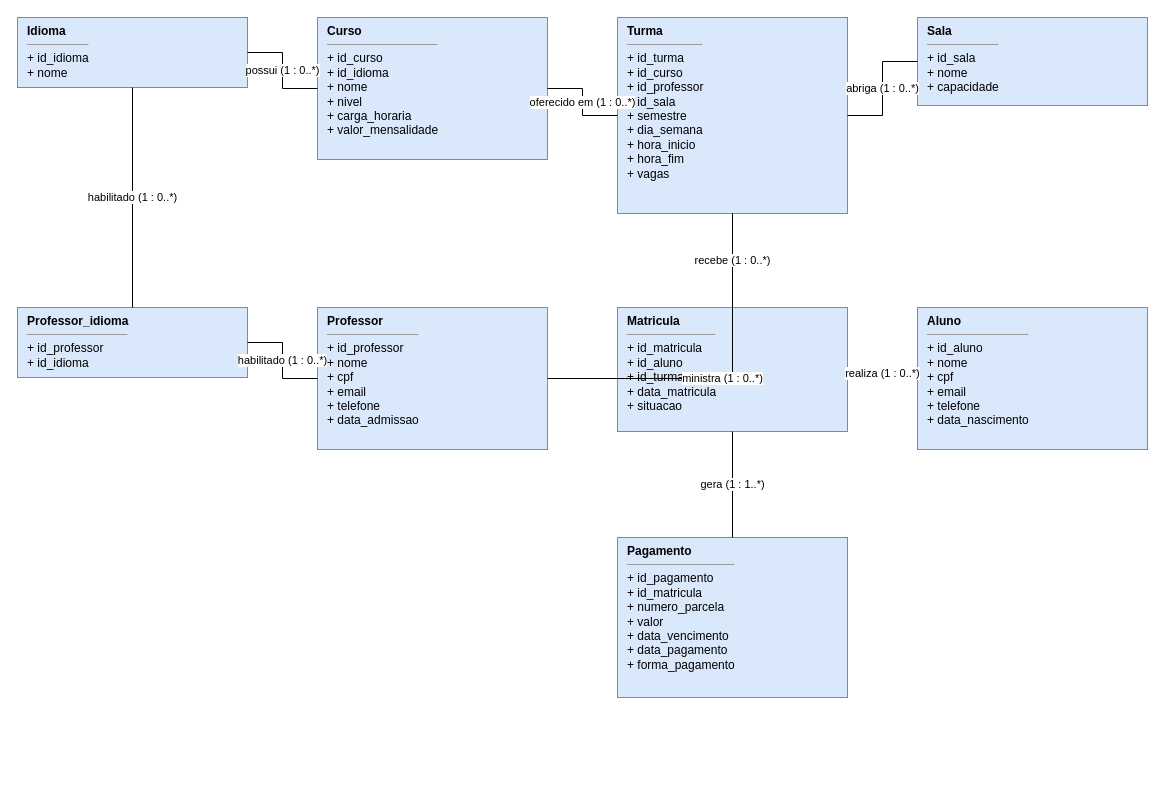
Before: page "DER UML" (2 of 2) of diagramas/escola-idiomas.drawio in ArthurVenturaza/A3-banco-de-dados, a draw.io diagram. Source tidied: cells renumbered, new cells numbered last; positions are measured from the earlier drawing's top-left corner, leaving out a move shared by most shapes. Both pictures are drawn from the tidied source at 100%, with x=0, y=0 at pixel (17, 17).
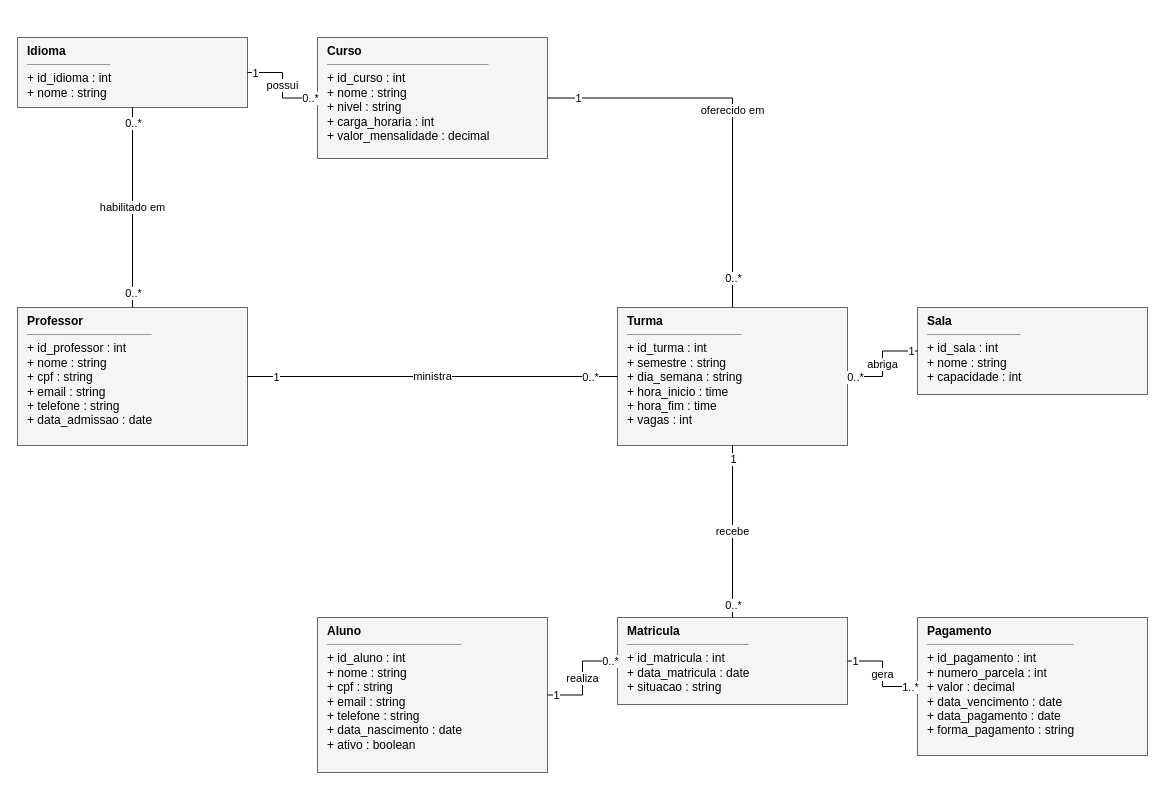
The same diagram, later.

Diff of the diagram source:
```diff
@@
-    <mxCell id="2" value="&lt;b&gt;Idioma&lt;/b&gt;&lt;hr size='1'/&gt;+ id_idioma&lt;br/&gt;+ nome" style="rounded=0;whiteSpace=wrap;html=1;align=left;verticalAlign=top;spacingLeft=8;fillColor=#dae8fc;strokeColor=#6c8ebf;fontSize=12;" parent="1" vertex="1">
-      <mxGeometry width="230" height="70" as="geometry" />
+    <mxCell id="2" value="&lt;b&gt;Idioma&lt;/b&gt;&lt;hr size='1'/&gt;+ id_idioma : int&lt;br/&gt;+ nome : string" style="rounded=0;whiteSpace=wrap;html=1;align=left;verticalAlign=top;spacingLeft=8;fillColor=#f5f5f5;strokeColor=#666666;fontSize=12;" parent="1" vertex="1">
+      <mxGeometry y="20" width="230" height="70" as="geometry" />
     </mxCell>
-    <mxCell id="3" value="&lt;b&gt;Curso&lt;/b&gt;&lt;hr size='1'/&gt;+ id_curso&lt;br/&gt;+ id_idioma&lt;br/&gt;+ nome&lt;br/&gt;+ nivel&lt;br/&gt;+ carga_horaria&lt;br/&gt;+ valor_mensalidade" style="rounded=0;whiteSpace=wrap;html=1;align=left;verticalAlign=top;spacingLeft=8;fillColor=#dae8fc;strokeColor=#6c8ebf;fontSize=12;" parent="1" vertex="1">
-      <mxGeometry x="300" width="230" height="142" as="geometry" />
+    <mxCell id="3" value="&lt;b&gt;Curso&lt;/b&gt;&lt;hr size='1'/&gt;+ id_curso : int&lt;br/&gt;+ nome : string&lt;br/&gt;+ nivel : string&lt;br/&gt;+ carga_horaria : int&lt;br/&gt;+ valor_mensalidade : decimal" style="rounded=0;whiteSpace=wrap;html=1;align=left;verticalAlign=top;spacingLeft=8;fillColor=#f5f5f5;strokeColor=#666666;fontSize=12;" parent="1" vertex="1">
+      <mxGeometry x="300" y="20" width="230" height="121" as="geometry" />
     </mxCell>
+    <mxCell id="7" value="&lt;b&gt;Professor&lt;/b&gt;&lt;hr size='1'/&gt;+ id_professor : int&lt;br/&gt;+ nome : string&lt;br/&gt;+ cpf : string&lt;br/&gt;+ email : string&lt;br/&gt;+ telefone : string&lt;br/&gt;+ data_admissao : date" style="rounded=0;whiteSpace=wrap;html=1;align=left;verticalAlign=top;spacingLeft=8;fillColor=#f5f5f5;strokeColor=#666666;fontSize=12;" parent="1" vertex="1">
+      <mxGeometry y="290" width="230" height="138" as="geometry" />
+    </mxCell>
+    <mxCell id="5" value="&lt;b&gt;Sala&lt;/b&gt;&lt;hr size='1'/&gt;+ id_sala : int&lt;br/&gt;+ nome : string&lt;br/&gt;+ capacidade : int" style="rounded=0;whiteSpace=wrap;html=1;align=left;verticalAlign=top;spacingLeft=8;fillColor=#f5f5f5;strokeColor=#666666;fontSize=12;" parent="1" vertex="1">
+      <mxGeometry x="900" y="290" width="230" height="87" as="geometry" />
+    </mxCell>
-    <mxCell id="4" value="&lt;b&gt;Turma&lt;/b&gt;&lt;hr size='1'/&gt;+ id_turma&lt;br/&gt;+ id_curso&lt;br/&gt;+ id_professor&lt;br/&gt;+ id_sala&lt;br/&gt;+ semestre&lt;br/&gt;+ dia_semana&lt;br/&gt;+ hora_inicio&lt;br/&gt;+ hora_fim&lt;br/&gt;+ vagas" style="rounded=0;whiteSpace=wrap;html=1;align=left;verticalAlign=top;spacingLeft=8;fillColor=#dae8fc;strokeColor=#6c8ebf;fontSize=12;" parent="1" vertex="1">
-      <mxGeometry x="600" width="230" height="196" as="geometry" />
+    <mxCell id="4" value="&lt;b&gt;Turma&lt;/b&gt;&lt;hr size='1'/&gt;+ id_turma : int&lt;br/&gt;+ semestre : string&lt;br/&gt;+ dia_semana : string&lt;br/&gt;+ hora_inicio : time&lt;br/&gt;+ hora_fim : time&lt;br/&gt;+ vagas : int" style="rounded=0;whiteSpace=wrap;html=1;align=left;verticalAlign=top;spacingLeft=8;fillColor=#f5f5f5;strokeColor=#666666;fontSize=12;" parent="1" vertex="1">
+      <mxGeometry x="600" y="290" width="230" height="138" as="geometry" />
     </mxCell>
-    <mxCell id="5" value="&lt;b&gt;Sala&lt;/b&gt;&lt;hr size='1'/&gt;+ id_sala&lt;br/&gt;+ nome&lt;br/&gt;+ capacidade" style="rounded=0;whiteSpace=wrap;html=1;align=left;verticalAlign=top;spacingLeft=8;fillColor=#dae8fc;strokeColor=#6c8ebf;fontSize=12;" parent="1" vertex="1">
-      <mxGeometry x="900" width="230" height="88" as="geometry" />
-    </mxCell>
-    <mxCell id="6" value="&lt;b&gt;Professor_idioma&lt;/b&gt;&lt;hr size='1'/&gt;+ id_professor&lt;br/&gt;+ id_idioma" style="rounded=0;whiteSpace=wrap;html=1;align=left;verticalAlign=top;spacingLeft=8;fillColor=#dae8fc;strokeColor=#6c8ebf;fontSize=12;" parent="1" vertex="1">
-      <mxGeometry y="290" width="230" height="70" as="geometry" />
-    </mxCell>
-    <mxCell id="7" value="&lt;b&gt;Professor&lt;/b&gt;&lt;hr size='1'/&gt;+ id_professor&lt;br/&gt;+ nome&lt;br/&gt;+ cpf&lt;br/&gt;+ email&lt;br/&gt;+ telefone&lt;br/&gt;+ data_admissao" style="rounded=0;whiteSpace=wrap;html=1;align=left;verticalAlign=top;spacingLeft=8;fillColor=#dae8fc;strokeColor=#6c8ebf;fontSize=12;" parent="1" vertex="1">
-      <mxGeometry x="300" y="290" width="230" height="142" as="geometry" />
-    </mxCell>
+    <mxCell id="9" value="&lt;b&gt;Aluno&lt;/b&gt;&lt;hr size='1'/&gt;+ id_aluno : int&lt;br/&gt;+ nome : string&lt;br/&gt;+ cpf : string&lt;br/&gt;+ email : string&lt;br/&gt;+ telefone : string&lt;br/&gt;+ data_nascimento : date&lt;br/&gt;+ ativo : boolean" style="rounded=0;whiteSpace=wrap;html=1;align=left;verticalAlign=top;spacingLeft=8;fillColor=#f5f5f5;strokeColor=#666666;fontSize=12;" parent="1" vertex="1">
+      <mxGeometry x="300" y="600" width="230" height="155" as="geometry" />
+    </mxCell>
-    <mxCell id="8" value="&lt;b&gt;Matricula&lt;/b&gt;&lt;hr size='1'/&gt;+ id_matricula&lt;br/&gt;+ id_aluno&lt;br/&gt;+ id_turma&lt;br/&gt;+ data_matricula&lt;br/&gt;+ situacao" style="rounded=0;whiteSpace=wrap;html=1;align=left;verticalAlign=top;spacingLeft=8;fillColor=#dae8fc;strokeColor=#6c8ebf;fontSize=12;" parent="1" vertex="1">
-      <mxGeometry x="600" y="290" width="230" height="124" as="geometry" />
+    <mxCell id="8" value="&lt;b&gt;Matricula&lt;/b&gt;&lt;hr size='1'/&gt;+ id_matricula : int&lt;br/&gt;+ data_matricula : date&lt;br/&gt;+ situacao : string" style="rounded=0;whiteSpace=wrap;html=1;align=left;verticalAlign=top;spacingLeft=8;fillColor=#f5f5f5;strokeColor=#666666;fontSize=12;" parent="1" vertex="1">
+      <mxGeometry x="600" y="600" width="230" height="87" as="geometry" />
     </mxCell>
-    <mxCell id="9" value="&lt;b&gt;Aluno&lt;/b&gt;&lt;hr size='1'/&gt;+ id_aluno&lt;br/&gt;+ nome&lt;br/&gt;+ cpf&lt;br/&gt;+ email&lt;br/&gt;+ telefone&lt;br/&gt;+ data_nascimento" style="rounded=0;whiteSpace=wrap;html=1;align=left;verticalAlign=top;spacingLeft=8;fillColor=#dae8fc;strokeColor=#6c8ebf;fontSize=12;" parent="1" vertex="1">
-      <mxGeometry x="900" y="290" width="230" height="142" as="geometry" />
-    </mxCell>
-    <mxCell id="10" value="&lt;b&gt;Pagamento&lt;/b&gt;&lt;hr size='1'/&gt;+ id_pagamento&lt;br/&gt;+ id_matricula&lt;br/&gt;+ numero_parcela&lt;br/&gt;+ valor&lt;br/&gt;+ data_vencimento&lt;br/&gt;+ data_pagamento&lt;br/&gt;+ forma_pagamento" style="rounded=0;whiteSpace=wrap;html=1;align=left;verticalAlign=top;spacingLeft=8;fillColor=#dae8fc;strokeColor=#6c8ebf;fontSize=12;" parent="1" vertex="1">
-      <mxGeometry x="600" y="520" width="230" height="160" as="geometry" />
+    <mxCell id="10" value="&lt;b&gt;Pagamento&lt;/b&gt;&lt;hr size='1'/&gt;+ id_pagamento : int&lt;br/&gt;+ numero_parcela : int&lt;br/&gt;+ valor : decimal&lt;br/&gt;+ data_vencimento : date&lt;br/&gt;+ data_pagamento : date&lt;br/&gt;+ forma_pagamento : string" style="rounded=0;whiteSpace=wrap;html=1;align=left;verticalAlign=top;spacingLeft=8;fillColor=#f5f5f5;strokeColor=#666666;fontSize=12;" parent="1" vertex="1">
+      <mxGeometry x="900" y="600" width="230" height="138" as="geometry" />
     </mxCell>
-    <mxCell id="11" value="possui (1 : 0..*)" style="edgeStyle=orthogonalEdgeStyle;rounded=0;html=1;endArrow=none;startArrow=none;" parent="1" edge="1" source="2" target="3">
+    <mxCell id="11" value="possui" style="edgeStyle=orthogonalEdgeStyle;rounded=0;html=1;fontSize=11;endArrow=none;startArrow=none;" parent="1" edge="1" source="2" target="3">
       <mxGeometry relative="1" as="geometry" />
     </mxCell>
+    <mxCell id="20" value="1" style="edgeLabel;html=1;align=center;verticalAlign=middle;fontSize=11;" parent="11" vertex="1">
+      <mxGeometry x="-0.85" relative="1" as="geometry" />
+    </mxCell>
+    <mxCell id="21" value="0..*" style="edgeLabel;html=1;align=center;verticalAlign=middle;fontSize=11;" parent="11" vertex="1">
+      <mxGeometry x="0.85" relative="1" as="geometry" />
+    </mxCell>
-    <mxCell id="12" value="oferecido em (1 : 0..*)" style="edgeStyle=orthogonalEdgeStyle;rounded=0;html=1;endArrow=none;startArrow=none;" parent="1" edge="1" source="3" target="4">
+    <mxCell id="12" value="oferecido em" style="edgeStyle=orthogonalEdgeStyle;rounded=0;html=1;fontSize=11;endArrow=none;startArrow=none;" parent="1" edge="1" source="3" target="4">
       <mxGeometry relative="1" as="geometry" />
     </mxCell>
+    <mxCell id="22" value="1" style="edgeLabel;html=1;align=center;verticalAlign=middle;fontSize=11;" parent="12" vertex="1">
+      <mxGeometry x="-0.85" relative="1" as="geometry" />
+    </mxCell>
+    <mxCell id="23" value="0..*" style="edgeLabel;html=1;align=center;verticalAlign=middle;fontSize=11;" parent="12" vertex="1">
+      <mxGeometry x="0.85" relative="1" as="geometry" />
+    </mxCell>
+    <mxCell id="14" value="ministra" style="edgeStyle=orthogonalEdgeStyle;rounded=0;html=1;fontSize=11;endArrow=none;startArrow=none;" parent="1" edge="1" source="7" target="4">
+      <mxGeometry relative="1" as="geometry" />
+    </mxCell>
+    <mxCell id="24" value="1" style="edgeLabel;html=1;align=center;verticalAlign=middle;fontSize=11;" parent="14" vertex="1">
+      <mxGeometry x="-0.85" relative="1" as="geometry" />
+    </mxCell>
+    <mxCell id="25" value="0..*" style="edgeLabel;html=1;align=center;verticalAlign=middle;fontSize=11;" parent="14" vertex="1">
+      <mxGeometry x="0.85" relative="1" as="geometry" />
+    </mxCell>
-    <mxCell id="13" value="abriga (1 : 0..*)" style="edgeStyle=orthogonalEdgeStyle;rounded=0;html=1;endArrow=none;startArrow=none;" parent="1" edge="1" source="5" target="4">
+    <mxCell id="13" value="abriga" style="edgeStyle=orthogonalEdgeStyle;rounded=0;html=1;fontSize=11;endArrow=none;startArrow=none;" parent="1" edge="1" source="5" target="4">
       <mxGeometry relative="1" as="geometry" />
     </mxCell>
-    <mxCell id="14" value="ministra (1 : 0..*)" style="edgeStyle=orthogonalEdgeStyle;rounded=0;html=1;endArrow=none;startArrow=none;" parent="1" edge="1" source="7" target="4">
-      <mxGeometry relative="1" as="geometry" />
-    </mxCell>
-    <mxCell id="15" value="habilitado (1 : 0..*)" style="edgeStyle=orthogonalEdgeStyle;rounded=0;html=1;endArrow=none;startArrow=none;" parent="1" edge="1" source="7" target="6">
-      <mxGeometry relative="1" as="geometry" />
-    </mxCell>
-    <mxCell id="16" value="habilitado (1 : 0..*)" style="edgeStyle=orthogonalEdgeStyle;rounded=0;html=1;endArrow=none;startArrow=none;" parent="1" edge="1" source="2" target="6">
-      <mxGeometry relative="1" as="geometry" />
-    </mxCell>
+    <mxCell id="26" value="1" style="edgeLabel;html=1;align=center;verticalAlign=middle;fontSize=11;" parent="13" vertex="1">
+      <mxGeometry x="-0.85" relative="1" as="geometry" />
+    </mxCell>
+    <mxCell id="27" value="0..*" style="edgeLabel;html=1;align=center;verticalAlign=middle;fontSize=11;" parent="13" vertex="1">
+      <mxGeometry x="0.85" relative="1" as="geometry" />
+    </mxCell>
+    <mxCell id="28" value="habilitado em" style="edgeStyle=orthogonalEdgeStyle;rounded=0;html=1;fontSize=11;endArrow=none;startArrow=none;" parent="1" edge="1" source="7" target="2">
+      <mxGeometry relative="1" as="geometry" />
+    </mxCell>
+    <mxCell id="29" value="0..*" style="edgeLabel;html=1;align=center;verticalAlign=middle;fontSize=11;" parent="28" vertex="1">
+      <mxGeometry x="-0.85" relative="1" as="geometry" />
+    </mxCell>
+    <mxCell id="30" value="0..*" style="edgeLabel;html=1;align=center;verticalAlign=middle;fontSize=11;" parent="28" vertex="1">
+      <mxGeometry x="0.85" relative="1" as="geometry" />
+    </mxCell>
+    <mxCell id="18" value="realiza" style="edgeStyle=orthogonalEdgeStyle;rounded=0;html=1;fontSize=11;endArrow=none;startArrow=none;" parent="1" edge="1" source="9" target="8">
+      <mxGeometry relative="1" as="geometry" />
+    </mxCell>
+    <mxCell id="31" value="1" style="edgeLabel;html=1;align=center;verticalAlign=middle;fontSize=11;" parent="18" vertex="1">
+      <mxGeometry x="-0.85" relative="1" as="geometry" />
+    </mxCell>
+    <mxCell id="32" value="0..*" style="edgeLabel;html=1;align=center;verticalAlign=middle;fontSize=11;" parent="18" vertex="1">
+      <mxGeometry x="0.85" relative="1" as="geometry" />
+    </mxCell>
-    <mxCell id="17" value="recebe (1 : 0..*)" style="edgeStyle=orthogonalEdgeStyle;rounded=0;html=1;endArrow=none;startArrow=none;" parent="1" edge="1" source="4" target="8">
+    <mxCell id="17" value="recebe" style="edgeStyle=orthogonalEdgeStyle;rounded=0;html=1;fontSize=11;endArrow=none;startArrow=none;" parent="1" edge="1" source="4" target="8">
       <mxGeometry relative="1" as="geometry" />
     </mxCell>
-    <mxCell id="18" value="realiza (1 : 0..*)" style="edgeStyle=orthogonalEdgeStyle;rounded=0;html=1;endArrow=none;startArrow=none;" parent="1" edge="1" source="9" target="8">
-      <mxGeometry relative="1" as="geometry" />
-    </mxCell>
+    <mxCell id="33" value="1" style="edgeLabel;html=1;align=center;verticalAlign=middle;fontSize=11;" parent="17" vertex="1">
+      <mxGeometry x="-0.85" relative="1" as="geometry" />
+    </mxCell>
+    <mxCell id="34" value="0..*" style="edgeLabel;html=1;align=center;verticalAlign=middle;fontSize=11;" parent="17" vertex="1">
+      <mxGeometry x="0.85" relative="1" as="geometry" />
+    </mxCell>
-    <mxCell id="19" value="gera (1 : 1..*)" style="edgeStyle=orthogonalEdgeStyle;rounded=0;html=1;endArrow=none;startArrow=none;" parent="1" edge="1" source="8" target="10">
+    <mxCell id="19" value="gera" style="edgeStyle=orthogonalEdgeStyle;rounded=0;html=1;fontSize=11;endArrow=none;startArrow=none;" parent="1" edge="1" source="8" target="10">
       <mxGeometry relative="1" as="geometry" />
     </mxCell>
+    <mxCell id="35" value="1" style="edgeLabel;html=1;align=center;verticalAlign=middle;fontSize=11;" parent="19" vertex="1">
+      <mxGeometry x="-0.85" relative="1" as="geometry" />
+    </mxCell>
+    <mxCell id="36" value="1..*" style="edgeLabel;html=1;align=center;verticalAlign=middle;fontSize=11;" parent="19" vertex="1">
+      <mxGeometry x="0.85" relative="1" as="geometry" />
+    </mxCell>
```
